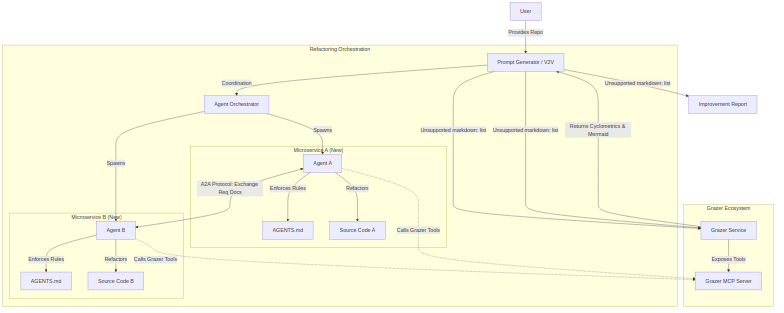
Above: diagrams/architecture.png in kirilligum/vibe2vibe-hackathon-251206 (Mermaid), before the change. Its source is kept beside it as diagrams/architecture.mmd.
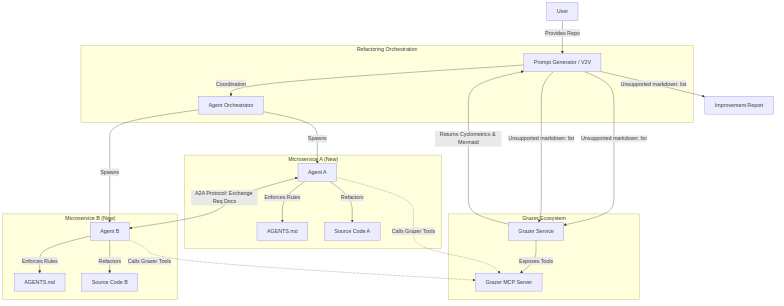
The same diagram one commit later.

Commit message:
docs: Update README with architecture specification

Diff of the diagram source:
```diff
@@ -9,22 +9,22 @@
 
     subgraph "Refactoring Orchestration"
         PG -->|Coordination| AgentOrch[Agent Orchestrator]
+    end
 
-        subgraph "Microservice A (New)"
-            AgentA[Agent A]
-            ConfigA[AGENTS.md]
-            CodeA[Source Code A]
-            AgentA -->|Enforces Rules| ConfigA
-            AgentA -->|Refactors| CodeA
-        end
+    subgraph "Microservice A (New)"
+        AgentA[Agent A]
+        ConfigA[AGENTS.md]
+        CodeA[Source Code A]
+        AgentA -->|Enforces Rules| ConfigA
+        AgentA -->|Refactors| CodeA
+    end
 
-        subgraph "Microservice B (New)"
-            AgentB[Agent B]
-            ConfigB[AGENTS.md]
-            CodeB[Source Code B]
-            AgentB -->|Enforces Rules| ConfigB
-            AgentB -->|Refactors| CodeB
-        end
+    subgraph "Microservice B (New)"
+        AgentB[Agent B]
+        ConfigB[AGENTS.md]
+        CodeB[Source Code B]
+        AgentB -->|Enforces Rules| ConfigB
+        AgentB -->|Refactors| CodeB
     end
 
     PG -->|1. Request Pre-Split Metrics| Grazer
```
